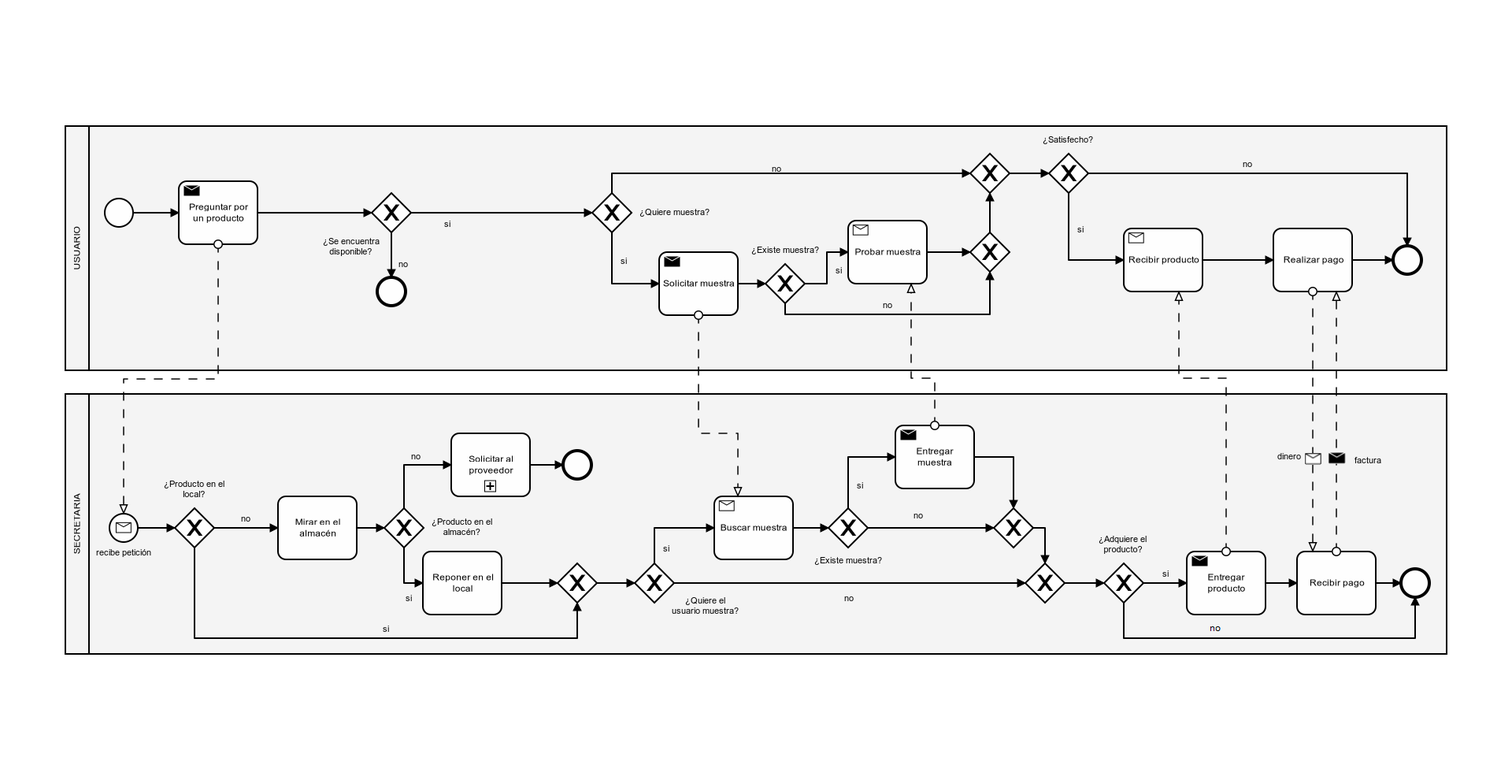
Jesusjbs/clinicaDental-ir keeps this BPMN diagram as Remus/doc/images/Venta de productos.png. Above is the earlier version. Its source is kept beside it as Procesos de negocio actuales/Venta de productos.bpmn. Ids are renumbered.
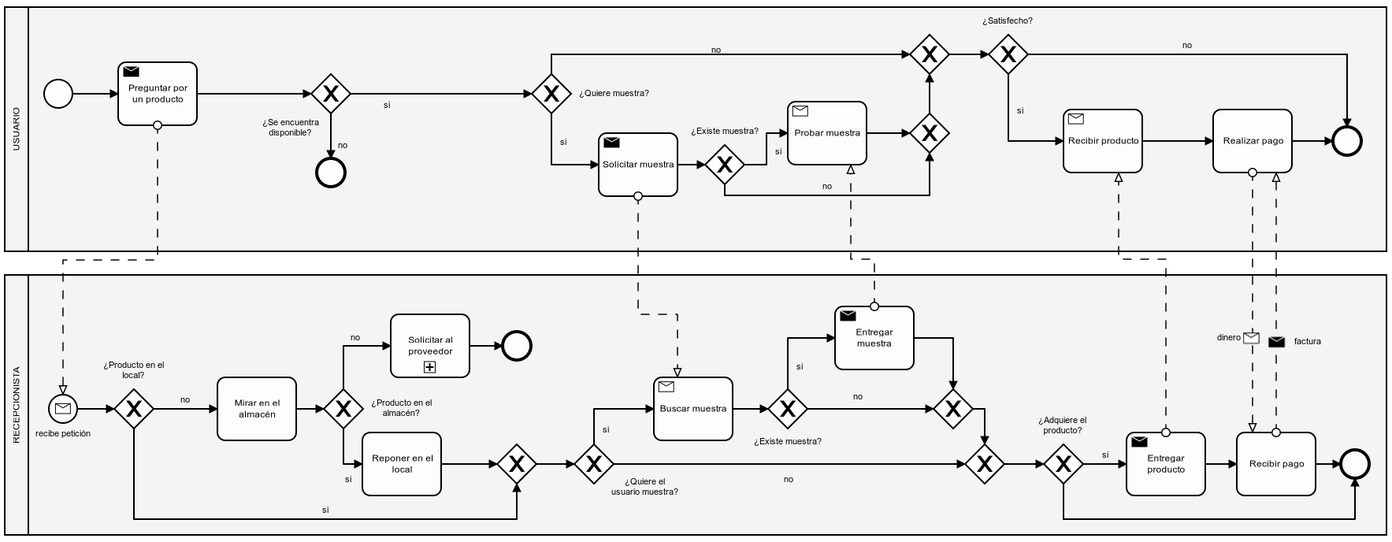
After the commit.

The edit, as a diff of the source:
```diff
@@ -1,7 +1,7 @@
 <bpmn:definitions xmlns:xsi="http://www.w3.org/2001/XMLSchema-instance" xmlns:bpmn="http://www.omg.org/spec/BPMN/20100524/MODEL" xmlns:bpmndi="http://www.omg.org/spec/BPMN/20100524/DI" xmlns:dc="http://www.omg.org/spec/DD/20100524/DC" xmlns:di="http://www.omg.org/spec/DD/20100524/DI" id="Definitions_n1" targetNamespace="http://bpmn.io/schema/bpmn" exporter="bpmn-js (https://demo.bpmn.io)" exporterVersion="7.3.0">
   <bpmn:collaboration id="Collaboration_n2">
     <bpmn:participant id="Participant_n3" name="USUARIO" processRef="Process_n4" />
-    <bpmn:participant id="Participant_n5" name="SECRETARIA" processRef="Process_n6" />
+    <bpmn:participant id="Participant_n5" name="RECEPCIONISTA" processRef="Process_n6" />
     <bpmn:messageFlow id="Flow_n7" sourceRef="Activity_n8" targetRef="Activity_n9" />
     <bpmn:messageFlow id="Flow_n10" name="dinero" sourceRef="Activity_n11" targetRef="Activity_n12" />
     <bpmn:messageFlow id="Flow_n13" name="factura" sourceRef="Activity_n12" targetRef="Activity_n11" />
@@ -347,6 +347,10 @@
       <bpmndi:BPMNShape id="Participant_n5_di" bpmnElement="Participant_n5" isHorizontal="true">
         <dc:Bounds x="156" y="420" width="1754" height="330" />
       </bpmndi:BPMNShape>
+      <bpmndi:BPMNEdge id="Flow_n57_di" bpmnElement="Flow_n57">
+        <di:waypoint x="248" y="590" />
+        <di:waypoint x="295" y="590" />
+      </bpmndi:BPMNEdge>
       <bpmndi:BPMNEdge id="Flow_n77_di" bpmnElement="Flow_n77">
         <di:waypoint x="1500" y="685" />
         <di:waypoint x="1500" y="730" />
@@ -464,10 +468,6 @@
         <di:waypoint x="526" y="590" />
         <di:waypoint x="561" y="590" />
       </bpmndi:BPMNEdge>
-      <bpmndi:BPMNEdge id="Flow_n57_di" bpmnElement="Flow_n57">
-        <di:waypoint x="248" y="590" />
-        <di:waypoint x="295" y="590" />
-      </bpmndi:BPMNEdge>
       <bpmndi:BPMNShape id="Gateway_n48_di" bpmnElement="Gateway_n48" isMarkerVisible="true">
         <dc:Bounds x="561" y="565" width="50" height="50" />
         <bpmndi:BPMNLabel>
@@ -531,14 +531,14 @@
       <bpmndi:BPMNShape id="Activity_1p1gwh8_di" bpmnElement="Activity_n18">
         <dc:Bounds x="1580" y="620" width="100" height="80" />
       </bpmndi:BPMNShape>
+      <bpmndi:BPMNShape id="Activity_1d03bdh_di" bpmnElement="Activity_n81">
+        <dc:Bounds x="646" y="470" width="100" height="80" />
+      </bpmndi:BPMNShape>
       <bpmndi:BPMNShape id="Event_1gmlkkr_di" bpmnElement="Event_n22">
         <dc:Bounds x="212" y="572" width="36" height="36" />
         <bpmndi:BPMNLabel>
           <dc:Bounds x="195" y="615" width="71" height="14" />
         </bpmndi:BPMNLabel>
-      </bpmndi:BPMNShape>
-      <bpmndi:BPMNShape id="Activity_1d03bdh_di" bpmnElement="Activity_n81">
-        <dc:Bounds x="646" y="470" width="100" height="80" />
       </bpmndi:BPMNShape>
       <bpmndi:BPMNEdge id="Flow_n7_di" bpmnElement="Flow_n7">
         <di:waypoint x="960" y="320" />
```
